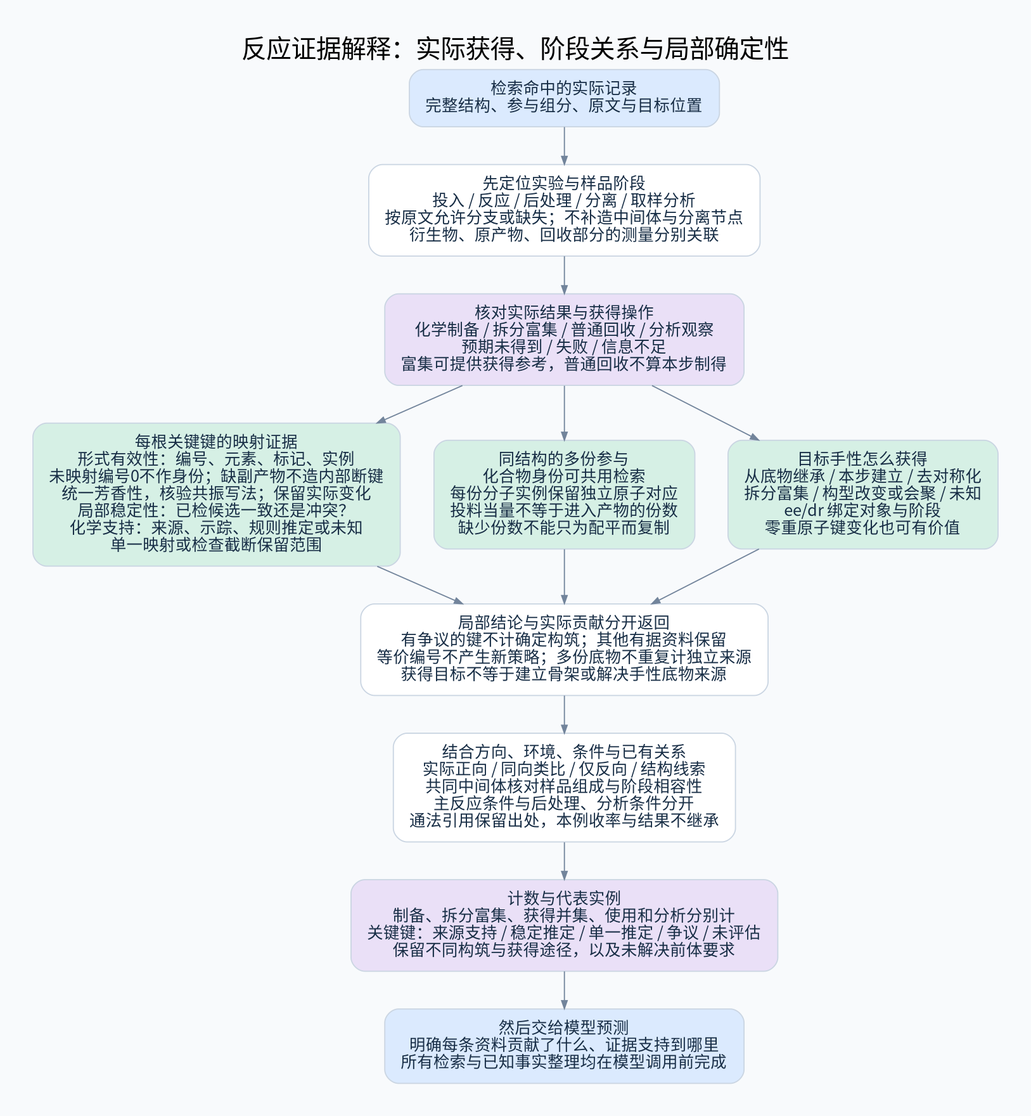
The Graphviz diagram diagrams/reaction-reference-quality.png in 825728139/substructure_search, before a commit. Its source is kept beside it as diagrams/reaction-reference-quality.dot.
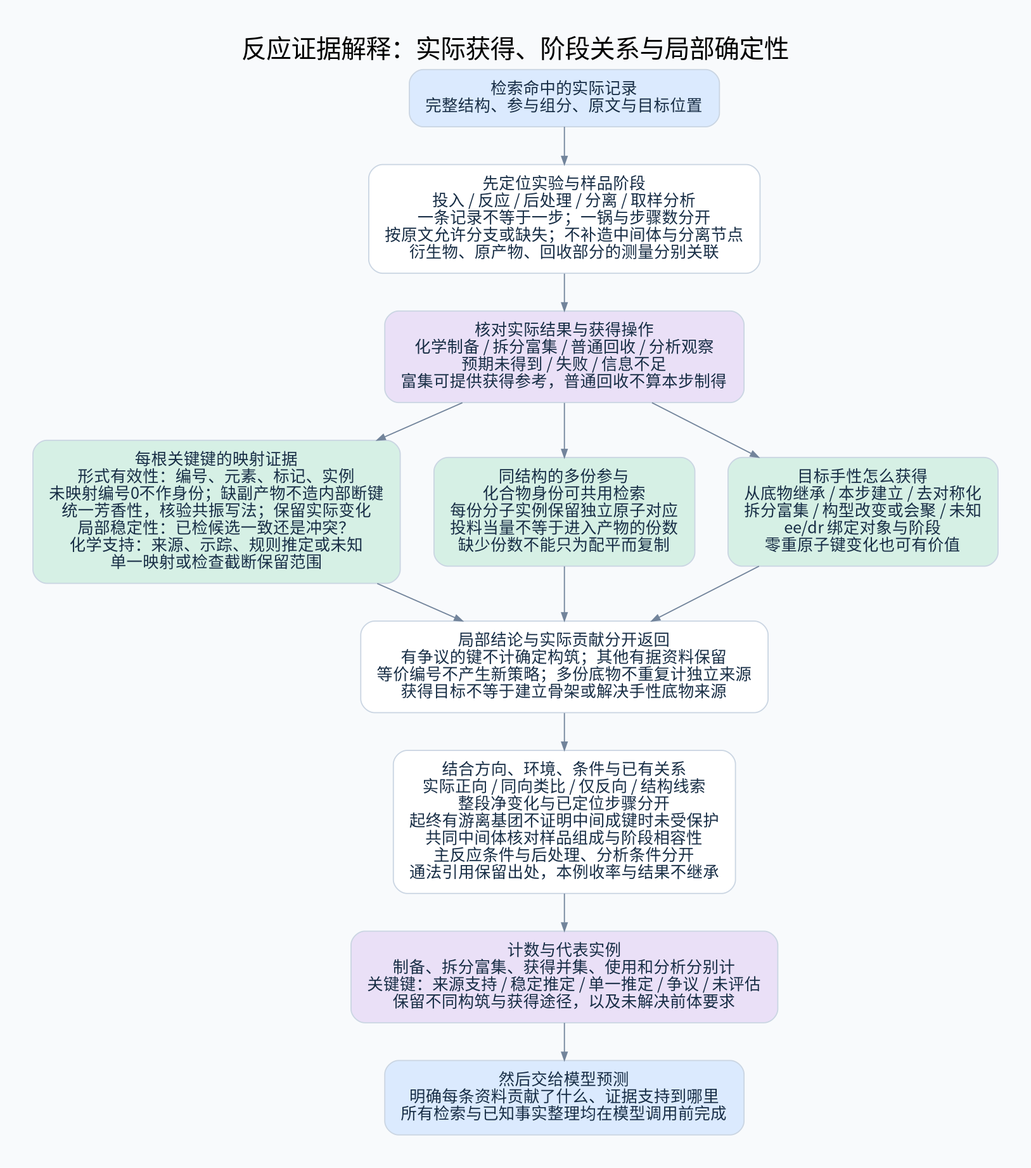
Above is the later version.

Diff of the diagram source:
```diff
@@ -9,6 +9,7 @@
 完整结构、参与组分、原文与目标位置", fillcolor="#DBEAFE"];
 stage [label="先定位实验与样品阶段
 投入 / 反应 / 后处理 / 分离 / 取样分析
+一条记录不等于一步；一锅与步骤数分开
 按原文允许分支或缺失；不补造中间体与分离节点
 衍生物、原产物、回收部分的测量分别关联"];
 result [label="核对实际结果与获得操作
@@ -38,6 +39,8 @@
 获得目标不等于建立骨架或解决手性底物来源"];
 context [label="结合方向、环境、条件与已有关系
 实际正向 / 同向类比 / 仅反向 / 结构线索
+整段净变化与已定位步骤分开
+起终有游离基团不证明中间成键时未受保护
 共同中间体核对样品组成与阶段相容性
 主反应条件与后处理、分析条件分开
 通法引用保留出处，本例收率与结果不继承"];
```
